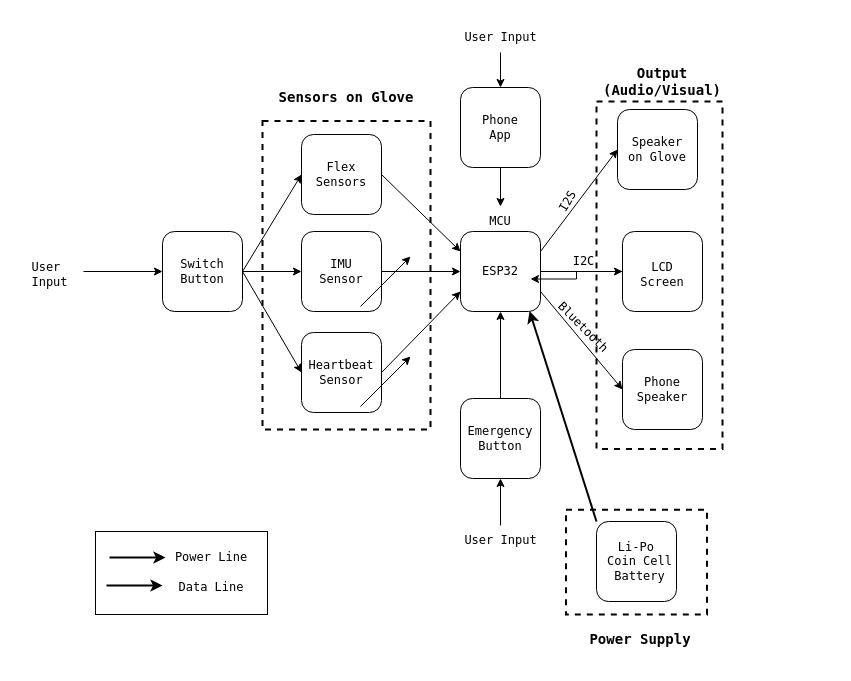
Above: docs/HLD.drawio in r4hulrr/ausign (draw.io), before the change. Source tidied: cells renumbered, new cells numbered last; positions are measured from the earlier drawing's top-left corner, leaving out a move shared by most shapes. Both pictures are drawn from the tidied source at 100%, with x=0, y=0 at pixel (17, 22).
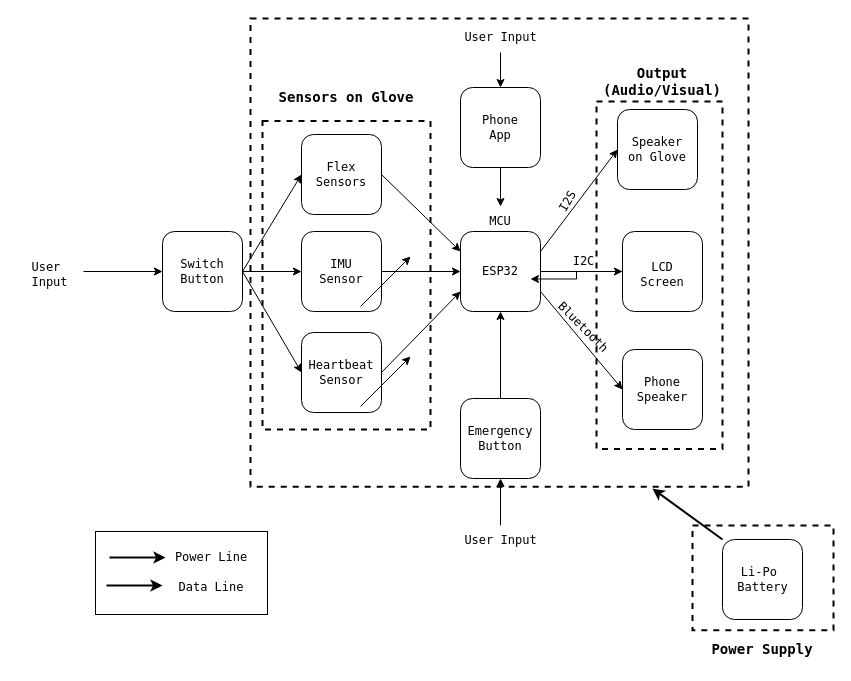
Above is the later version.

The change refers to these unchanged cells:
```xml
<mxCell id="9" style="whiteSpace=wrap;html=1;fillColor=none;rounded=1;labelBorderColor=light-dark(#000000,#000000);strokeColor=light-dark(#000000,#000000);" parent="1" vertex="1">
  <mxGeometry x="443" y="209" width="80" height="80" as="geometry" />
</mxCell>
```

Change to the diagram source:
```diff
@@
-    <mxCell id="46" style="rounded=0;whiteSpace=wrap;html=1;fillColor=none;dashed=1;strokeColor=light-dark(#000000,#FF0000);strokeWidth=2;" parent="1" vertex="1">
+    <mxCell id="46" style="rounded=0;whiteSpace=wrap;html=1;fillColor=none;dashed=1;strokeColor=light-dark(#000000,#3333FF);strokeWidth=2;" parent="1" vertex="1">
       <mxGeometry x="245" y="98.5" width="168" height="308.5" as="geometry" />
     </mxCell>
-    <mxCell id="47" style="rounded=0;whiteSpace=wrap;html=1;fillColor=none;dashed=1;strokeColor=light-dark(#000000,#FF0000);strokeWidth=2;" parent="1" vertex="1">
+    <mxCell id="47" style="rounded=0;whiteSpace=wrap;html=1;fillColor=none;dashed=1;strokeColor=light-dark(#000000,#6666FF);strokeWidth=2;" parent="1" vertex="1">
       <mxGeometry x="579" y="79" width="126" height="347.5" as="geometry" />
     </mxCell>
@@
     <mxCell id="49" style="whiteSpace=wrap;html=1;fillColor=none;rounded=1;labelBorderColor=light-dark(#000000,#000000);strokeColor=light-dark(#000000,#000000);" parent="1" vertex="1">
-      <mxGeometry x="579" y="499" width="80" height="80" as="geometry" />
+      <mxGeometry x="705" y="517" width="80" height="80" as="geometry" />
     </mxCell>
-    <mxCell id="50" value="Li-Po&amp;nbsp; &lt;span style=&quot;background-color: transparent;&quot;&gt;Coin Cell&lt;/span&gt;&lt;div&gt;Battery&lt;/div&gt;" style="text;strokeColor=none;align=center;fillColor=none;html=1;verticalAlign=middle;whiteSpace=wrap;rounded=0;fontFamily=Lucida Console;fontColor=light-dark(#000000,#000000);" parent="1" vertex="1">
-      <mxGeometry x="586" y="524" width="73" height="30" as="geometry" />
+    <mxCell id="50" value="Li-Po&amp;nbsp; &lt;span style=&quot;background-color: transparent;&quot;&gt;Battery&lt;/span&gt;" style="text;strokeColor=none;align=center;fillColor=none;html=1;verticalAlign=middle;whiteSpace=wrap;rounded=0;fontFamily=Lucida Console;fontColor=light-dark(#000000,#000000);" parent="1" vertex="1">
+      <mxGeometry x="708.5" y="542" width="73" height="30" as="geometry" />
     </mxCell>
@@
-    <mxCell id="52" style="endArrow=classic;html=1;rounded=0;fontColor=light-dark(#000000,#000000);strokeColor=light-dark(#000000, #f50000);exitX=0;exitY=0;exitDx=0;exitDy=0;entryX=0.863;entryY=0.996;entryDx=0;entryDy=0;entryPerimeter=0;strokeWidth=2;" parent="1" edge="1" source="49" target="9">
+    <mxCell id="52" style="endArrow=classic;html=1;rounded=0;fontColor=light-dark(#000000,#000000);strokeColor=light-dark(#000000, #f50000);exitX=0;exitY=0;exitDx=0;exitDy=0;entryX=0.807;entryY=1.004;entryDx=0;entryDy=0;entryPerimeter=0;strokeWidth=2;" parent="1" edge="1" source="49" target="60">
       <mxGeometry relative="1" as="geometry" />
     </mxCell>
-    <mxCell id="53" style="rounded=0;whiteSpace=wrap;html=1;fillColor=none;dashed=1;strokeColor=light-dark(#000000,#FF0000);strokeWidth=2;" parent="1" vertex="1">
-      <mxGeometry x="548.5" y="487.2" width="141" height="104.8" as="geometry" />
+    <mxCell id="53" style="rounded=0;whiteSpace=wrap;html=1;fillColor=none;dashed=1;strokeColor=light-dark(#000000,#FF3333);strokeWidth=2;" parent="1" vertex="1">
+      <mxGeometry x="675" y="503" width="141" height="104.8" as="geometry" />
     </mxCell>
     <mxCell id="54" value="Power Supply" style="text;strokeColor=none;align=center;fillColor=none;html=1;verticalAlign=middle;whiteSpace=wrap;rounded=0;fontFamily=Lucida Console;fontColor=light-dark(#000000,#000000);fontStyle=1;fontSize=14;" parent="1" vertex="1">
-      <mxGeometry x="553" y="602" width="140" height="30" as="geometry" />
+      <mxGeometry x="675" y="612" width="140" height="30" as="geometry" />
     </mxCell>
@@
+    <mxCell id="60" style="rounded=0;whiteSpace=wrap;html=1;fillColor=none;dashed=1;strokeColor=light-dark(#000000,#FF0000);strokeWidth=2;" parent="1" vertex="1">
+      <mxGeometry x="233" y="-4" width="498" height="468.2" as="geometry" />
+    </mxCell>
```
